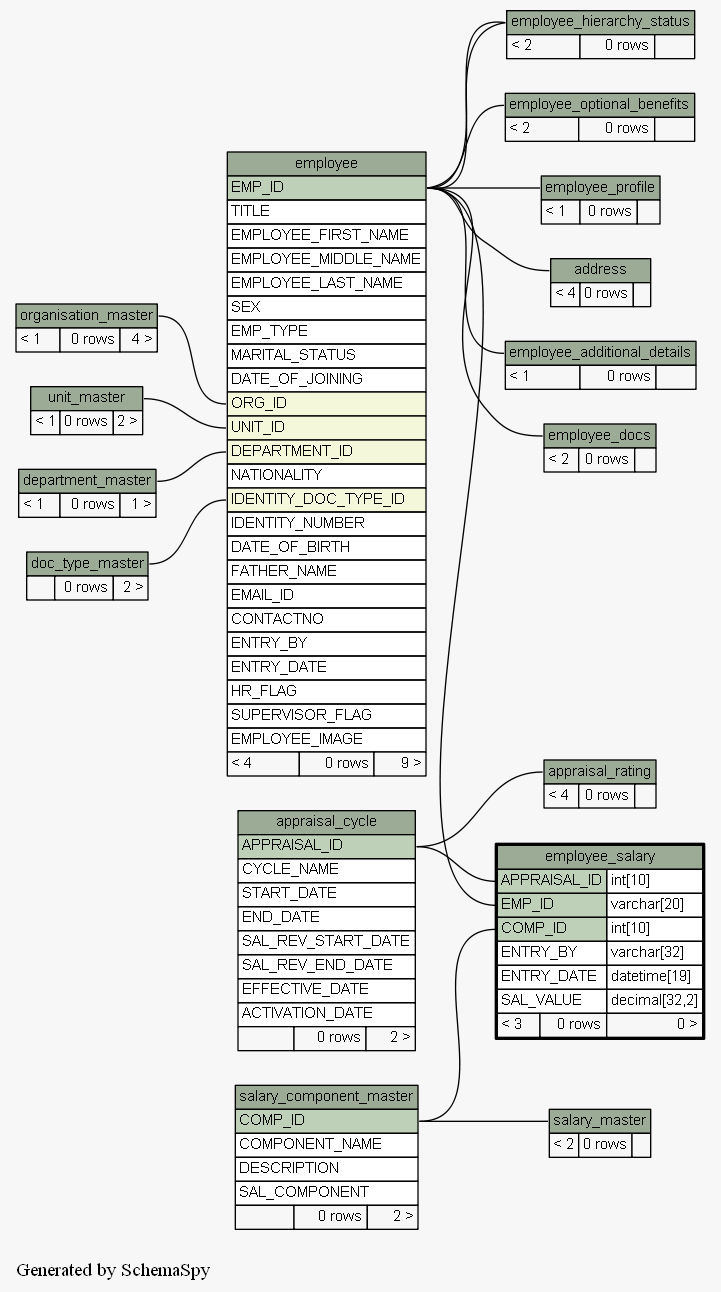
The Graphviz diagram docs/database/schemaspy/graphs/employee_salary.2degrees.png in engineerscraft/hrms, before a commit. Its source is kept beside it as docs/database/schemaspy/graphs/employee_salary.2degrees.dot.
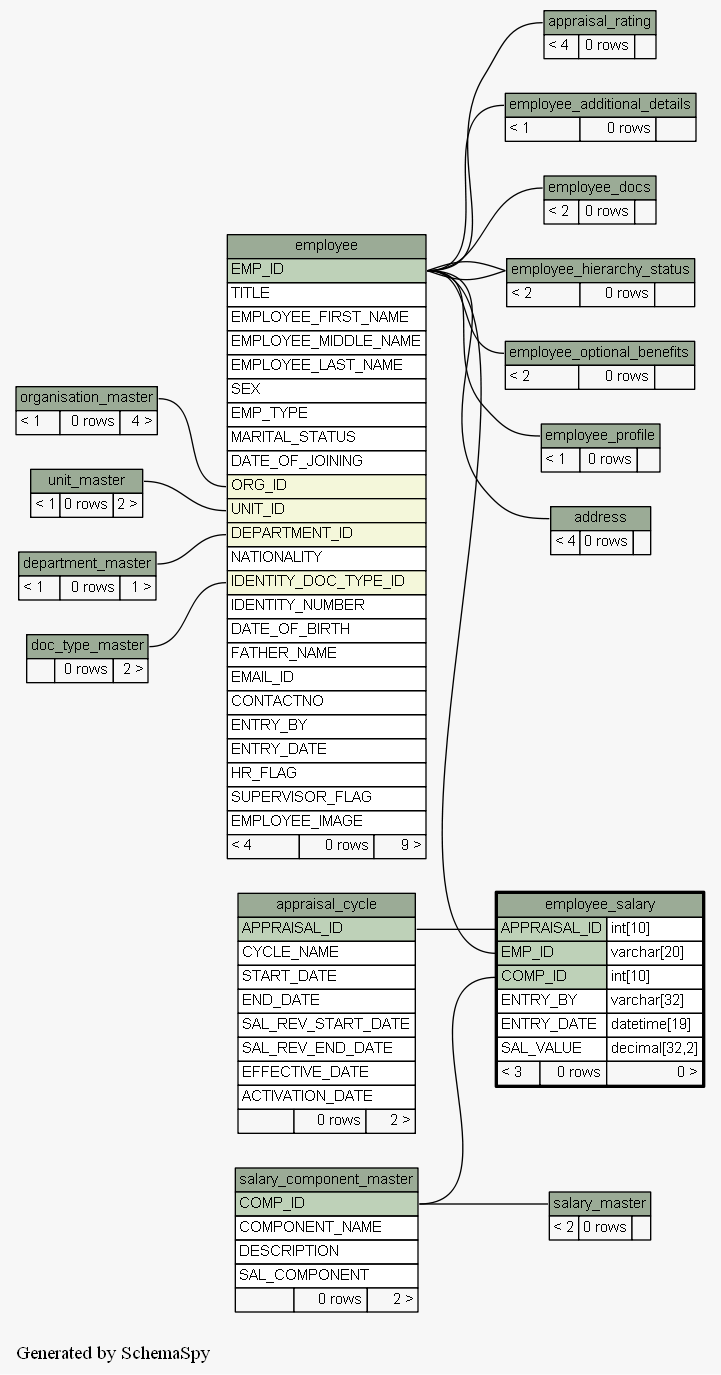
The same file after the commit.

What changed in the source:
```diff
@@ -14,7 +14,7 @@
     arrowsize="0.8"
   ];
   "address":"address.heading":w -> "employee":"EMP_ID":e [arrowtail=tee arrowhead=none];
-  "appraisal_rating":"appraisal_rating.heading":w -> "appraisal_cycle":"APPRAISAL_ID":e [arrowtail=crowtee arrowhead=none];
+  "appraisal_rating":"appraisal_rating.heading":w -> "employee":"EMP_ID":e [arrowtail=crowtee arrowhead=none];
   "employee":"DEPARTMENT_ID":w -> "department_master":"department_master.heading":e [arrowtail=crowodot arrowhead=none];
   "employee":"IDENTITY_DOC_TYPE_ID":w -> "doc_type_master":"doc_type_master.heading":e [arrowtail=crowodot arrowhead=none];
   "employee":"ORG_ID":w -> "organisation_master":"organisation_master.heading":e [arrowtail=crowodot arrowhead=none];
```
